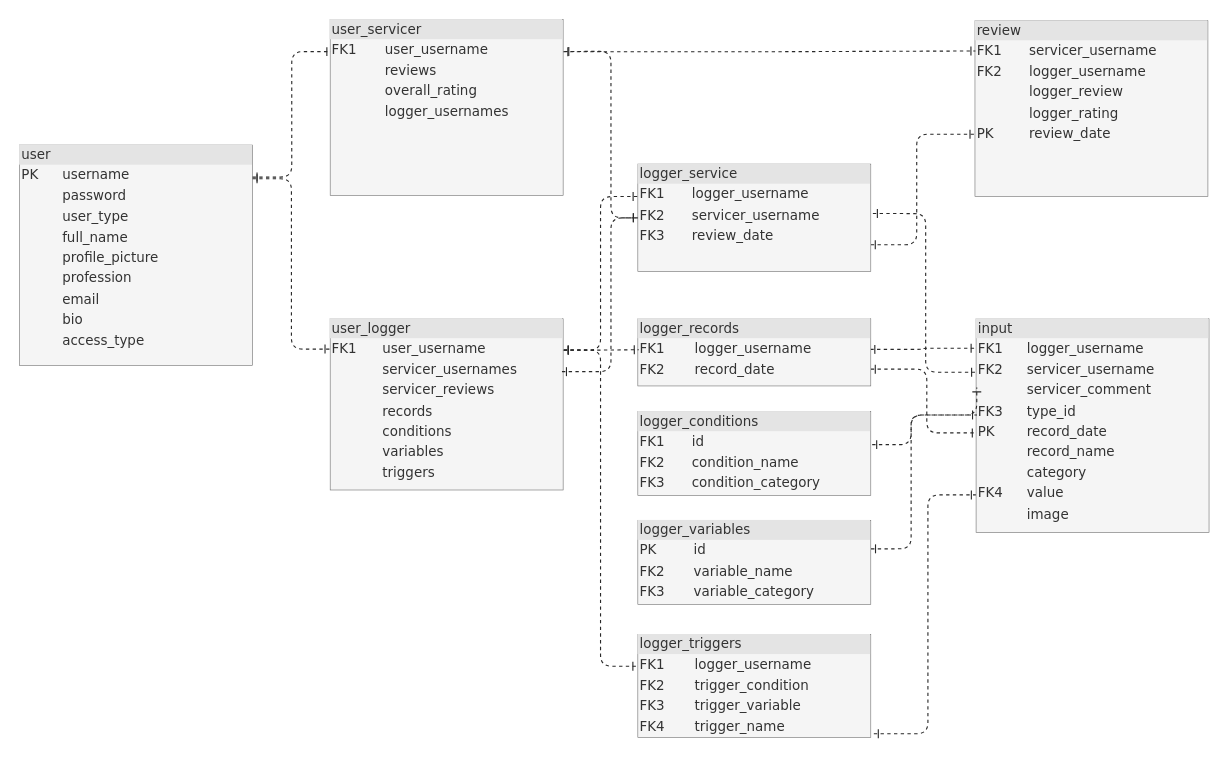
mervin-njy/trigg-track-v2 keeps this draw.io diagram as diagrams/database/database_tables_relationships.drawio. Above is the earlier version. Source tidied: cells renumbered, new cells numbered last; positions are measured from the earlier drawing's top-left corner, leaving out a move shared by most shapes. Both pictures are drawn from the tidied source at 112%, with x=0, y=0 at pixel (19, 19).
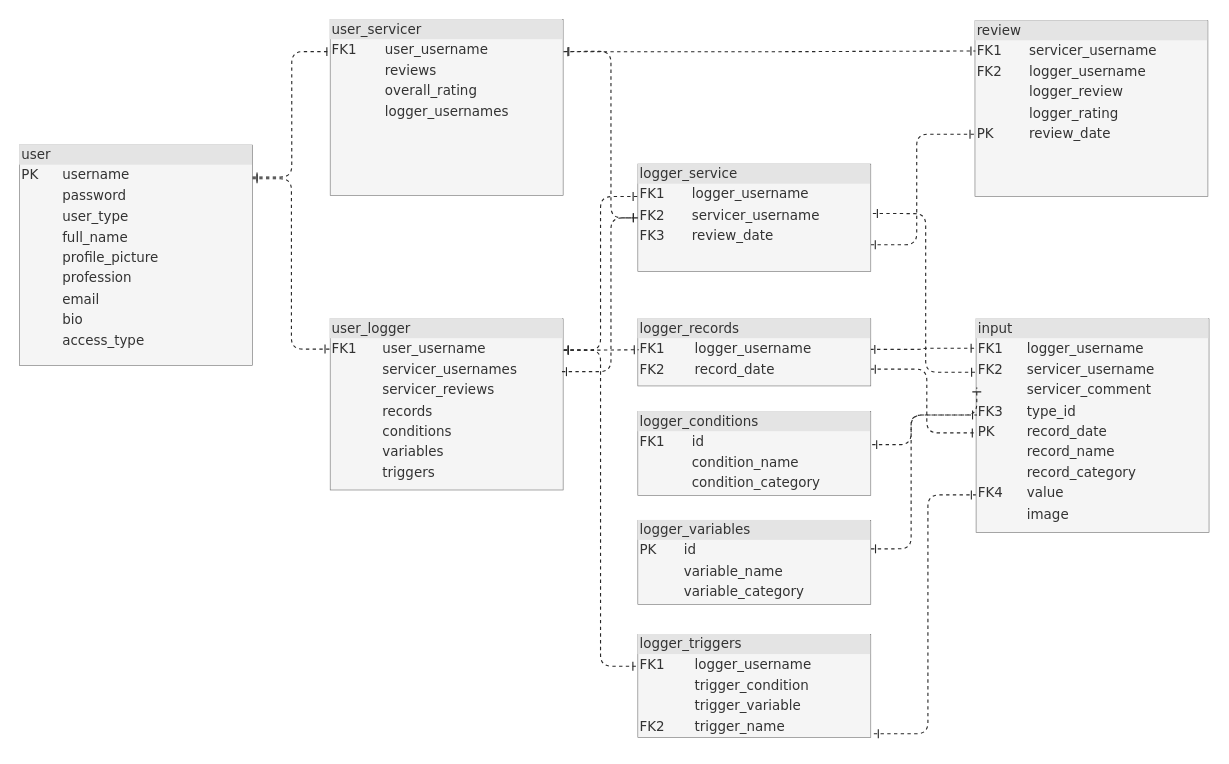
Above is the later version.

Commit message:
readme: updated tables & relationships

Change to the diagram source:
```diff
@@
-    <mxCell id="10" value="&lt;div style=&quot;box-sizing: border-box ; width: 100% ; background: #e4e4e4 ; padding: 2px&quot;&gt;input&lt;/div&gt;&lt;table style=&quot;width: 100% ; font-size: 1em&quot; cellpadding=&quot;2&quot; cellspacing=&quot;0&quot;&gt;&lt;tbody&gt;&lt;tr&gt;&lt;td&gt;FK1&lt;/td&gt;&lt;td&gt;&amp;nbsp; logger_username&lt;/td&gt;&lt;/tr&gt;&lt;tr&gt;&lt;td&gt;FK2&lt;br&gt;&lt;/td&gt;&lt;td&gt;&amp;nbsp; servicer_username&lt;br&gt;&lt;/td&gt;&lt;/tr&gt;&lt;tr&gt;&lt;td&gt;&lt;br&gt;&lt;/td&gt;&lt;td&gt;&amp;nbsp; servicer_comment&lt;/td&gt;&lt;/tr&gt;&lt;tr&gt;&lt;td&gt;FK3&lt;/td&gt;&lt;td&gt;&amp;nbsp; type_id&lt;/td&gt;&lt;/tr&gt;&lt;tr&gt;&lt;td&gt;PK&lt;/td&gt;&lt;td&gt;&amp;nbsp; record_date&lt;/td&gt;&lt;/tr&gt;&lt;tr&gt;&lt;td&gt;&lt;br&gt;&lt;/td&gt;&lt;td&gt;&amp;nbsp; record_name&lt;/td&gt;&lt;/tr&gt;&lt;tr&gt;&lt;td&gt;&lt;br&gt;&lt;/td&gt;&lt;td&gt;&amp;nbsp; category&lt;/td&gt;&lt;/tr&gt;&lt;tr&gt;&lt;td&gt;FK4&lt;/td&gt;&lt;td&gt;&amp;nbsp; value&lt;/td&gt;&lt;/tr&gt;&lt;tr&gt;&lt;td&gt;&lt;br&gt;&lt;/td&gt;&lt;td&gt;&amp;nbsp; image&lt;/td&gt;&lt;/tr&gt;&lt;/tbody&gt;&lt;/table&gt;" style="verticalAlign=top;align=left;overflow=fill;html=1;rounded=0;shadow=0;comic=0;labelBackgroundColor=none;strokeWidth=0.5;fontFamily=Verdana;fontSize=12;fillColor=#f5f5f5;strokeColor=#666666;fontColor=#333333;" parent="1" vertex="1">
+    <mxCell id="10" value="&lt;div style=&quot;box-sizing: border-box ; width: 100% ; background: #e4e4e4 ; padding: 2px&quot;&gt;input&lt;/div&gt;&lt;table style=&quot;width: 100% ; font-size: 1em&quot; cellpadding=&quot;2&quot; cellspacing=&quot;0&quot;&gt;&lt;tbody&gt;&lt;tr&gt;&lt;td&gt;FK1&lt;/td&gt;&lt;td&gt;&amp;nbsp; logger_username&lt;/td&gt;&lt;/tr&gt;&lt;tr&gt;&lt;td&gt;FK2&lt;br&gt;&lt;/td&gt;&lt;td&gt;&amp;nbsp; servicer_username&lt;br&gt;&lt;/td&gt;&lt;/tr&gt;&lt;tr&gt;&lt;td&gt;&lt;br&gt;&lt;/td&gt;&lt;td&gt;&amp;nbsp; servicer_comment&lt;/td&gt;&lt;/tr&gt;&lt;tr&gt;&lt;td&gt;FK3&lt;/td&gt;&lt;td&gt;&amp;nbsp; type_id&lt;/td&gt;&lt;/tr&gt;&lt;tr&gt;&lt;td&gt;PK&lt;/td&gt;&lt;td&gt;&amp;nbsp; record_date&lt;/td&gt;&lt;/tr&gt;&lt;tr&gt;&lt;td&gt;&lt;br&gt;&lt;/td&gt;&lt;td&gt;&amp;nbsp; record_name&lt;/td&gt;&lt;/tr&gt;&lt;tr&gt;&lt;td&gt;&lt;br&gt;&lt;/td&gt;&lt;td&gt;&amp;nbsp; record_category&lt;/td&gt;&lt;/tr&gt;&lt;tr&gt;&lt;td&gt;FK4&lt;/td&gt;&lt;td&gt;&amp;nbsp; value&lt;/td&gt;&lt;/tr&gt;&lt;tr&gt;&lt;td&gt;&lt;br&gt;&lt;/td&gt;&lt;td&gt;&amp;nbsp; image&lt;/td&gt;&lt;/tr&gt;&lt;/tbody&gt;&lt;/table&gt;" style="verticalAlign=top;align=left;overflow=fill;html=1;rounded=0;shadow=0;comic=0;labelBackgroundColor=none;strokeWidth=0.5;fontFamily=Verdana;fontSize=12;fillColor=#f5f5f5;strokeColor=#666666;fontColor=#333333;" parent="1" vertex="1">
       <mxGeometry x="854" y="267.1" width="208" height="190.9" as="geometry" />
     </mxCell>
@@
-    <mxCell id="16" value="&lt;div style=&quot;box-sizing: border-box ; width: 100% ; background: #e4e4e4 ; padding: 2px&quot;&gt;logger_conditions&lt;/div&gt;&lt;table style=&quot;width: 100% ; font-size: 1em&quot; cellpadding=&quot;2&quot; cellspacing=&quot;0&quot;&gt;&lt;tbody&gt;&lt;tr&gt;&lt;td&gt;FK1&lt;/td&gt;&lt;td&gt;&amp;nbsp; &amp;nbsp;id&lt;/td&gt;&lt;/tr&gt;&lt;tr&gt;&lt;td&gt;FK2&lt;/td&gt;&lt;td&gt;&amp;nbsp; &amp;nbsp;condition_name&lt;/td&gt;&lt;/tr&gt;&lt;tr&gt;&lt;td&gt;FK3&lt;/td&gt;&lt;td&gt;&amp;nbsp; &amp;nbsp;condition_category&lt;/td&gt;&lt;/tr&gt;&lt;/tbody&gt;&lt;/table&gt;" style="verticalAlign=top;align=left;overflow=fill;html=1;rounded=0;shadow=0;comic=0;labelBackgroundColor=none;strokeWidth=0.5;fontFamily=Verdana;fontSize=12;fillColor=#f5f5f5;strokeColor=#666666;fontColor=#333333;" parent="1" vertex="1">
+    <mxCell id="16" value="&lt;div style=&quot;box-sizing: border-box ; width: 100% ; background: #e4e4e4 ; padding: 2px&quot;&gt;logger_conditions&lt;/div&gt;&lt;table style=&quot;width: 100% ; font-size: 1em&quot; cellpadding=&quot;2&quot; cellspacing=&quot;0&quot;&gt;&lt;tbody&gt;&lt;tr&gt;&lt;td&gt;FK1&lt;/td&gt;&lt;td&gt;&amp;nbsp; &amp;nbsp;id&lt;/td&gt;&lt;/tr&gt;&lt;tr&gt;&lt;td&gt;&lt;br&gt;&lt;/td&gt;&lt;td&gt;&amp;nbsp; &amp;nbsp;condition_name&lt;/td&gt;&lt;/tr&gt;&lt;tr&gt;&lt;td&gt;&lt;br&gt;&lt;/td&gt;&lt;td&gt;&amp;nbsp; &amp;nbsp;condition_category&lt;/td&gt;&lt;/tr&gt;&lt;/tbody&gt;&lt;/table&gt;" style="verticalAlign=top;align=left;overflow=fill;html=1;rounded=0;shadow=0;comic=0;labelBackgroundColor=none;strokeWidth=0.5;fontFamily=Verdana;fontSize=12;fillColor=#f5f5f5;strokeColor=#666666;fontColor=#333333;" parent="1" vertex="1">
       <mxGeometry x="552" y="350.1" width="208" height="75" as="geometry" />
     </mxCell>
-    <mxCell id="17" value="&lt;div style=&quot;box-sizing: border-box ; width: 100% ; background: #e4e4e4 ; padding: 2px&quot;&gt;logger_variables&lt;/div&gt;&lt;table style=&quot;width: 100% ; font-size: 1em&quot; cellpadding=&quot;2&quot; cellspacing=&quot;0&quot;&gt;&lt;tbody&gt;&lt;tr&gt;&lt;td&gt;PK&lt;/td&gt;&lt;td&gt;&amp;nbsp; &amp;nbsp;id&lt;/td&gt;&lt;/tr&gt;&lt;tr&gt;&lt;td&gt;FK2&lt;/td&gt;&lt;td&gt;&amp;nbsp; &amp;nbsp;variable_name&lt;/td&gt;&lt;/tr&gt;&lt;tr&gt;&lt;td&gt;FK3&lt;/td&gt;&lt;td&gt;&amp;nbsp; &amp;nbsp;variable_category&lt;/td&gt;&lt;/tr&gt;&lt;/tbody&gt;&lt;/table&gt;" style="verticalAlign=top;align=left;overflow=fill;html=1;rounded=0;shadow=0;comic=0;labelBackgroundColor=none;strokeWidth=0.5;fontFamily=Verdana;fontSize=12;fillColor=#f5f5f5;strokeColor=#666666;fontColor=#333333;" parent="1" vertex="1">
+    <mxCell id="17" value="&lt;div style=&quot;box-sizing: border-box ; width: 100% ; background: #e4e4e4 ; padding: 2px&quot;&gt;logger_variables&lt;/div&gt;&lt;table style=&quot;width: 100% ; font-size: 1em&quot; cellpadding=&quot;2&quot; cellspacing=&quot;0&quot;&gt;&lt;tbody&gt;&lt;tr&gt;&lt;td&gt;PK&lt;/td&gt;&lt;td&gt;&amp;nbsp; &amp;nbsp;id&lt;/td&gt;&lt;/tr&gt;&lt;tr&gt;&lt;td&gt;&lt;br&gt;&lt;/td&gt;&lt;td&gt;&amp;nbsp; &amp;nbsp;variable_name&lt;/td&gt;&lt;/tr&gt;&lt;tr&gt;&lt;td&gt;&lt;br&gt;&lt;/td&gt;&lt;td&gt;&amp;nbsp; &amp;nbsp;variable_category&lt;/td&gt;&lt;/tr&gt;&lt;/tbody&gt;&lt;/table&gt;" style="verticalAlign=top;align=left;overflow=fill;html=1;rounded=0;shadow=0;comic=0;labelBackgroundColor=none;strokeWidth=0.5;fontFamily=Verdana;fontSize=12;fillColor=#f5f5f5;strokeColor=#666666;fontColor=#333333;" parent="1" vertex="1">
       <mxGeometry x="552" y="447.1" width="208" height="75" as="geometry" />
     </mxCell>
-    <mxCell id="18" value="&lt;div style=&quot;box-sizing: border-box ; width: 100% ; background: #e4e4e4 ; padding: 2px&quot;&gt;logger_triggers&lt;/div&gt;&lt;table style=&quot;width: 100% ; font-size: 1em&quot; cellpadding=&quot;2&quot; cellspacing=&quot;0&quot;&gt;&lt;tbody&gt;&lt;tr&gt;&lt;td&gt;FK1&lt;/td&gt;&lt;td&gt;&amp;nbsp; &amp;nbsp;logger_username&lt;/td&gt;&lt;/tr&gt;&lt;tr&gt;&lt;td&gt;FK2&lt;/td&gt;&lt;td&gt;&amp;nbsp; &amp;nbsp;trigger_condition&lt;/td&gt;&lt;/tr&gt;&lt;tr&gt;&lt;td&gt;FK3&lt;/td&gt;&lt;td&gt;&amp;nbsp; &amp;nbsp;trigger_variable&lt;/td&gt;&lt;/tr&gt;&lt;tr&gt;&lt;td&gt;FK4&lt;/td&gt;&lt;td&gt;&amp;nbsp; &amp;nbsp;trigger_name&lt;/td&gt;&lt;/tr&gt;&lt;/tbody&gt;&lt;/table&gt;" style="verticalAlign=top;align=left;overflow=fill;html=1;rounded=0;shadow=0;comic=0;labelBackgroundColor=none;strokeWidth=0.5;fontFamily=Verdana;fontSize=12;fillColor=#f5f5f5;strokeColor=#666666;fontColor=#333333;" parent="1" vertex="1">
+    <mxCell id="18" value="&lt;div style=&quot;box-sizing: border-box ; width: 100% ; background: #e4e4e4 ; padding: 2px&quot;&gt;logger_triggers&lt;/div&gt;&lt;table style=&quot;width: 100% ; font-size: 1em&quot; cellpadding=&quot;2&quot; cellspacing=&quot;0&quot;&gt;&lt;tbody&gt;&lt;tr&gt;&lt;td&gt;FK1&lt;/td&gt;&lt;td&gt;&amp;nbsp; &amp;nbsp;logger_username&lt;/td&gt;&lt;/tr&gt;&lt;tr&gt;&lt;td&gt;&lt;br&gt;&lt;/td&gt;&lt;td&gt;&amp;nbsp; &amp;nbsp;trigger_condition&lt;/td&gt;&lt;/tr&gt;&lt;tr&gt;&lt;td&gt;&lt;br&gt;&lt;/td&gt;&lt;td&gt;&amp;nbsp; &amp;nbsp;trigger_variable&lt;/td&gt;&lt;/tr&gt;&lt;tr&gt;&lt;td&gt;FK2&lt;/td&gt;&lt;td&gt;&amp;nbsp; &amp;nbsp;trigger_name&lt;/td&gt;&lt;/tr&gt;&lt;/tbody&gt;&lt;/table&gt;" style="verticalAlign=top;align=left;overflow=fill;html=1;rounded=0;shadow=0;comic=0;labelBackgroundColor=none;strokeWidth=0.5;fontFamily=Verdana;fontSize=12;fillColor=#f5f5f5;strokeColor=#666666;fontColor=#333333;" parent="1" vertex="1">
       <mxGeometry x="552" y="549.1" width="208" height="92" as="geometry" />
     </mxCell>
```
